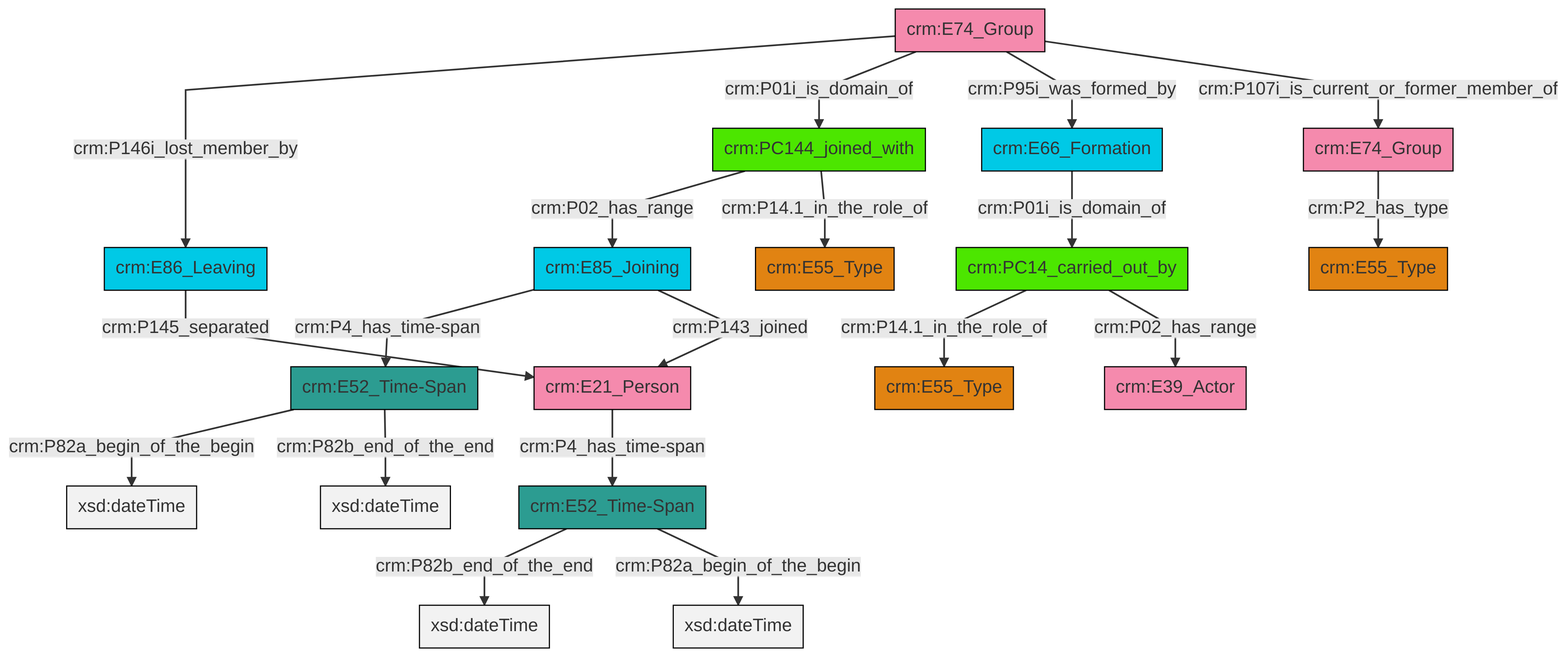
The Mermaid diagram et/groupCSV/ttl/mmd/png/group_actor_relations.png in swiss-art-research-net/reference-data-models, before a commit. Its source is kept beside it as et/groupCSV/ttl/mmd/group_actor_relations.ttl.mmd.
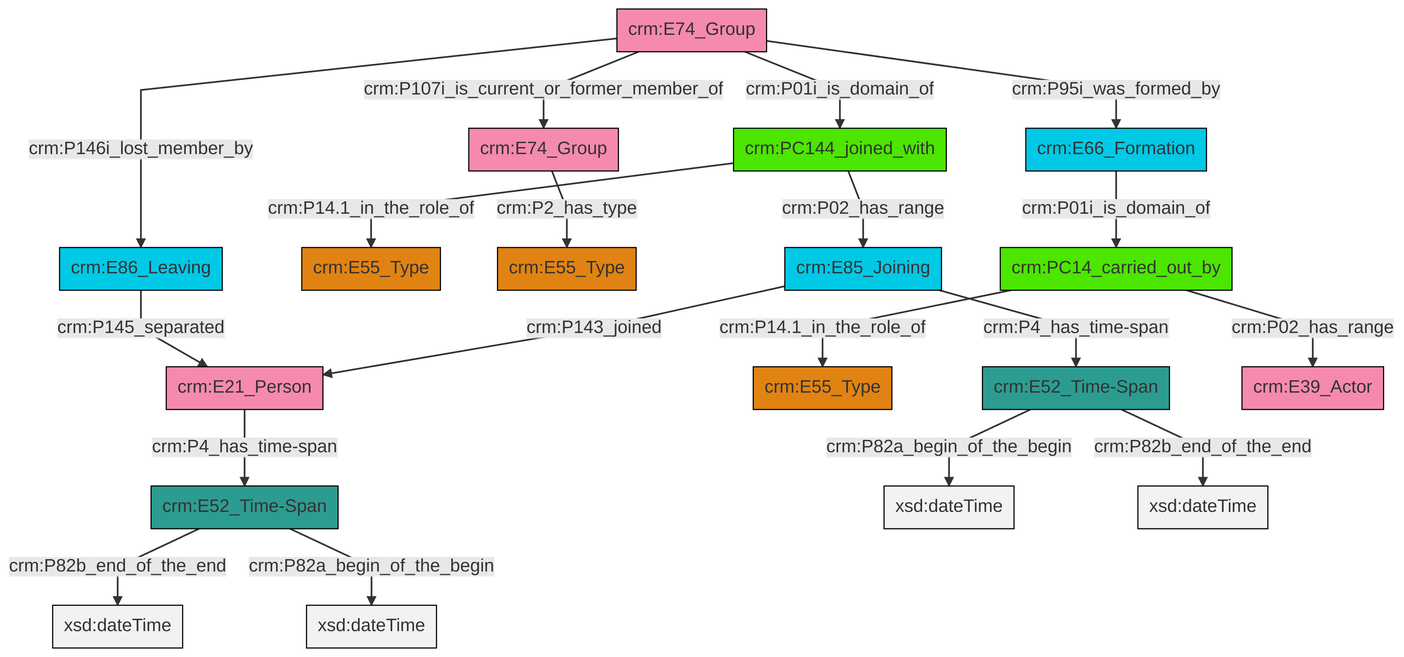
The same diagram one commit later.

Change to the diagram source:
```diff
@@ -13,21 +13,21 @@
 classDef PC_Classes fill:#4ce600, stroke:#000000;
 classDef Multi fill:#cccccc,stroke:#000000;
 
-2["crm:E52_Time-Span"]:::Time-Span -->|crm:P82a_begin_of_the_begin| 3[xsd:dateTime]:::Literal
-6["crm:E74_Group"]:::Actor -->|crm:P146i_lost_member_by| 7["crm:E86_Leaving"]:::Temporal_Entity
-8["crm:E52_Time-Span"]:::Time-Span -->|crm:P82b_end_of_the_end| 9[xsd:dateTime]:::Literal
-10["crm:PC144_joined_with"]:::PC_Classes -->|crm:P02_has_range| 11["crm:E85_Joining"]:::Temporal_Entity
-10["crm:PC144_joined_with"]:::PC_Classes -->|crm:P14.1_in_the_role_of| 12["crm:E55_Type"]:::Type
-4["crm:E21_Person"]:::Actor -->|crm:P4_has_time-span| 8["crm:E52_Time-Span"]:::Time-Span
-25["crm:PC14_carried_out_by"]:::PC_Classes -->|crm:P14.1_in_the_role_of| 15["crm:E55_Type"]:::Type
-11["crm:E85_Joining"]:::Temporal_Entity -->|crm:P4_has_time-span| 2["crm:E52_Time-Span"]:::Time-Span
-8["crm:E52_Time-Span"]:::Time-Span -->|crm:P82a_begin_of_the_begin| 26[xsd:dateTime]:::Literal
-11["crm:E85_Joining"]:::Temporal_Entity -->|crm:P143_joined| 4["crm:E21_Person"]:::Actor
-0["crm:E74_Group"]:::Actor -->|crm:P2_has_type| 19["crm:E55_Type"]:::Type
-2["crm:E52_Time-Span"]:::Time-Span -->|crm:P82b_end_of_the_end| 29[xsd:dateTime]:::Literal
-25["crm:PC14_carried_out_by"]:::PC_Classes -->|crm:P02_has_range| 17["crm:E39_Actor"]:::Actor
-6["crm:E74_Group"]:::Actor -->|crm:P01i_is_domain_of| 10["crm:PC144_joined_with"]:::PC_Classes
-27["crm:E66_Formation"]:::Temporal_Entity -->|crm:P01i_is_domain_of| 25["crm:PC14_carried_out_by"]:::PC_Classes
-6["crm:E74_Group"]:::Actor -->|crm:P95i_was_formed_by| 27["crm:E66_Formation"]:::Temporal_Entity
-6["crm:E74_Group"]:::Actor -->|crm:P107i_is_current_or_former_member_of| 0["crm:E74_Group"]:::Actor
-7["crm:E86_Leaving"]:::Temporal_Entity -->|crm:P145_separated| 4["crm:E21_Person"]:::Actor
+0["crm:E52_Time-Span"]:::Time-Span -->|crm:P82b_end_of_the_end| 1[xsd:dateTime]:::Literal
+2["crm:E66_Formation"]:::Temporal_Entity -->|crm:P01i_is_domain_of| 3["crm:PC14_carried_out_by"]:::PC_Classes
+6["crm:E52_Time-Span"]:::Time-Span -->|crm:P82a_begin_of_the_begin| 7[xsd:dateTime]:::Literal
+3["crm:PC14_carried_out_by"]:::PC_Classes -->|crm:P14.1_in_the_role_of| 8["crm:E55_Type"]:::Type
+3["crm:PC14_carried_out_by"]:::PC_Classes -->|crm:P02_has_range| 14["crm:E39_Actor"]:::Actor
+18["crm:E85_Joining"]:::Temporal_Entity -->|crm:P4_has_time-span| 6["crm:E52_Time-Span"]:::Time-Span
+21["crm:E74_Group"]:::Actor -->|crm:P107i_is_current_or_former_member_of| 19["crm:E74_Group"]:::Actor
+0["crm:E52_Time-Span"]:::Time-Span -->|crm:P82a_begin_of_the_begin| 22[xsd:dateTime]:::Literal
+23["crm:PC144_joined_with"]:::PC_Classes -->|crm:P14.1_in_the_role_of| 4["crm:E55_Type"]:::Type
+15["crm:E86_Leaving"]:::Temporal_Entity -->|crm:P145_separated| 10["crm:E21_Person"]:::Actor
+21["crm:E74_Group"]:::Actor -->|crm:P146i_lost_member_by| 15["crm:E86_Leaving"]:::Temporal_Entity
+10["crm:E21_Person"]:::Actor -->|crm:P4_has_time-span| 0["crm:E52_Time-Span"]:::Time-Span
+18["crm:E85_Joining"]:::Temporal_Entity -->|crm:P143_joined| 10["crm:E21_Person"]:::Actor
+21["crm:E74_Group"]:::Actor -->|crm:P95i_was_formed_by| 2["crm:E66_Formation"]:::Temporal_Entity
+19["crm:E74_Group"]:::Actor -->|crm:P2_has_type| 12["crm:E55_Type"]:::Type
+23["crm:PC144_joined_with"]:::PC_Classes -->|crm:P02_has_range| 18["crm:E85_Joining"]:::Temporal_Entity
+6["crm:E52_Time-Span"]:::Time-Span -->|crm:P82b_end_of_the_end| 33[xsd:dateTime]:::Literal
+21["crm:E74_Group"]:::Actor -->|crm:P01i_is_domain_of| 23["crm:PC144_joined_with"]:::PC_Classes
```
